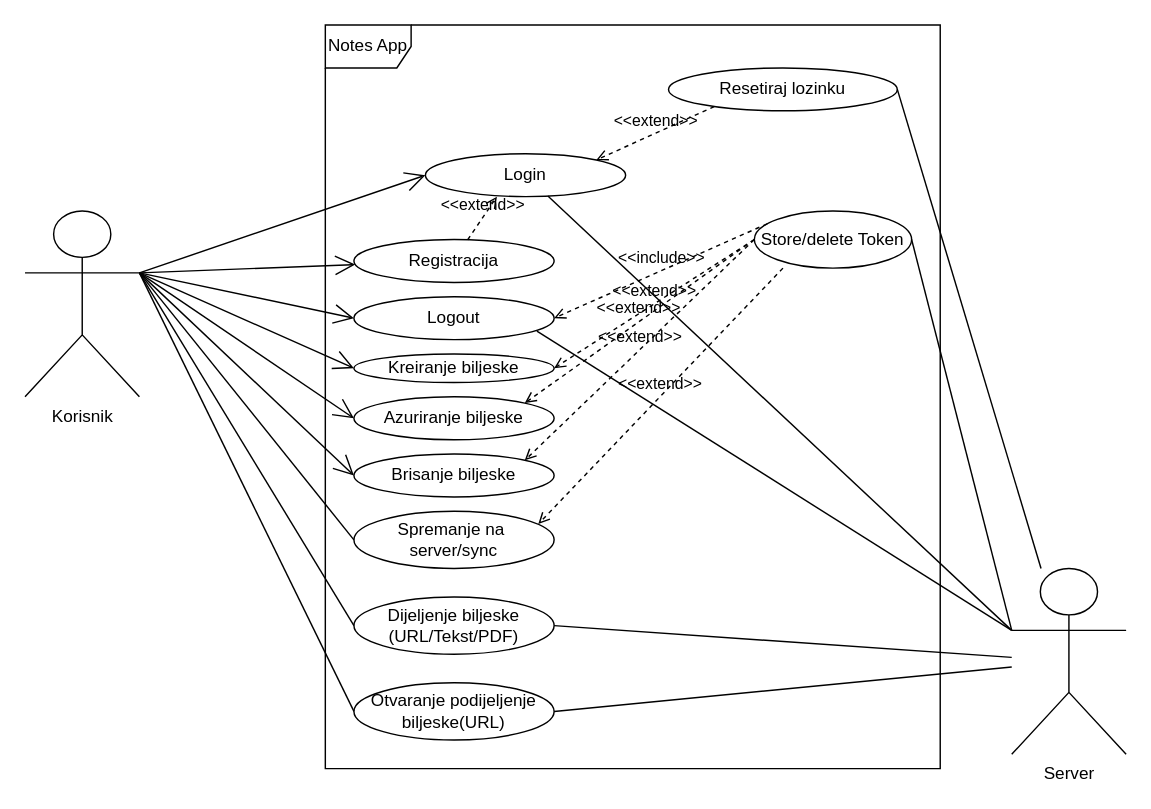
The draw.io diagram NotesApp.drawio.xml in eedke/PIS-notes, before the edit. Source tidied: cells renumbered, new cells numbered last; positions are measured from the earlier drawing's top-left corner, leaving out a move shared by most shapes. Both pictures are drawn from the tidied source at 143%, with x=0, y=0 at pixel (24, 24).
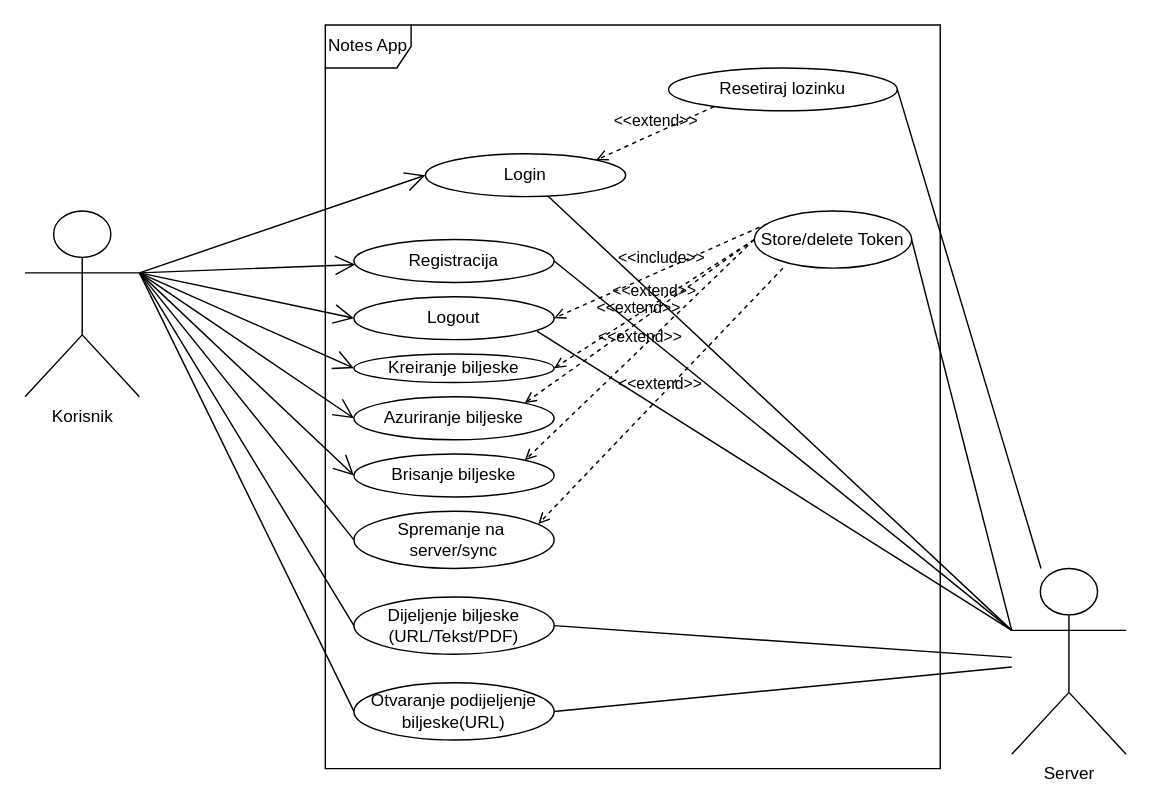
After the change.

Commit message:
Make registration use case independent to login

Unchanged cells that the change refers to:
```xml
<mxCell id="4" value="Server" style="shape=umlActor;verticalLabelPosition=bottom;verticalAlign=top;html=1;" parent="1" vertex="1">
  <mxGeometry x="690" y="380" width="80" height="130" as="geometry" />
</mxCell>
<mxCell id="5" value="Login" style="ellipse;whiteSpace=wrap;html=1;" parent="1" vertex="1">
  <mxGeometry x="280" y="90" width="140" height="30" as="geometry" />
</mxCell>
<mxCell id="6" value="Registracija" style="ellipse;whiteSpace=wrap;html=1;" parent="1" vertex="1">
  <mxGeometry x="230" y="150" width="140" height="30" as="geometry" />
</mxCell>
```

The edit, as a diff of the source:
```diff
@@
-    <mxCell id="15" value="&amp;lt;&amp;lt;extend&amp;gt;&amp;gt;" style="html=1;verticalAlign=bottom;labelBackgroundColor=none;endArrow=open;endFill=0;dashed=1;rounded=0;entryX=0.357;entryY=1;entryDx=0;entryDy=0;entryPerimeter=0;" parent="1" edge="1" source="6" target="5">
-      <mxGeometry relative="1" as="geometry" />
-    </mxCell>
@@
+    <mxCell id="38" style="endArrow=none;html=1;rounded=0;exitX=0;exitY=0.3333333333333333;exitDx=0;exitDy=0;exitPerimeter=0;entryX=1;entryY=0.5;entryDx=0;entryDy=0;" parent="1" edge="1" source="4" target="6">
+      <mxGeometry relative="1" as="geometry" />
+    </mxCell>
```
